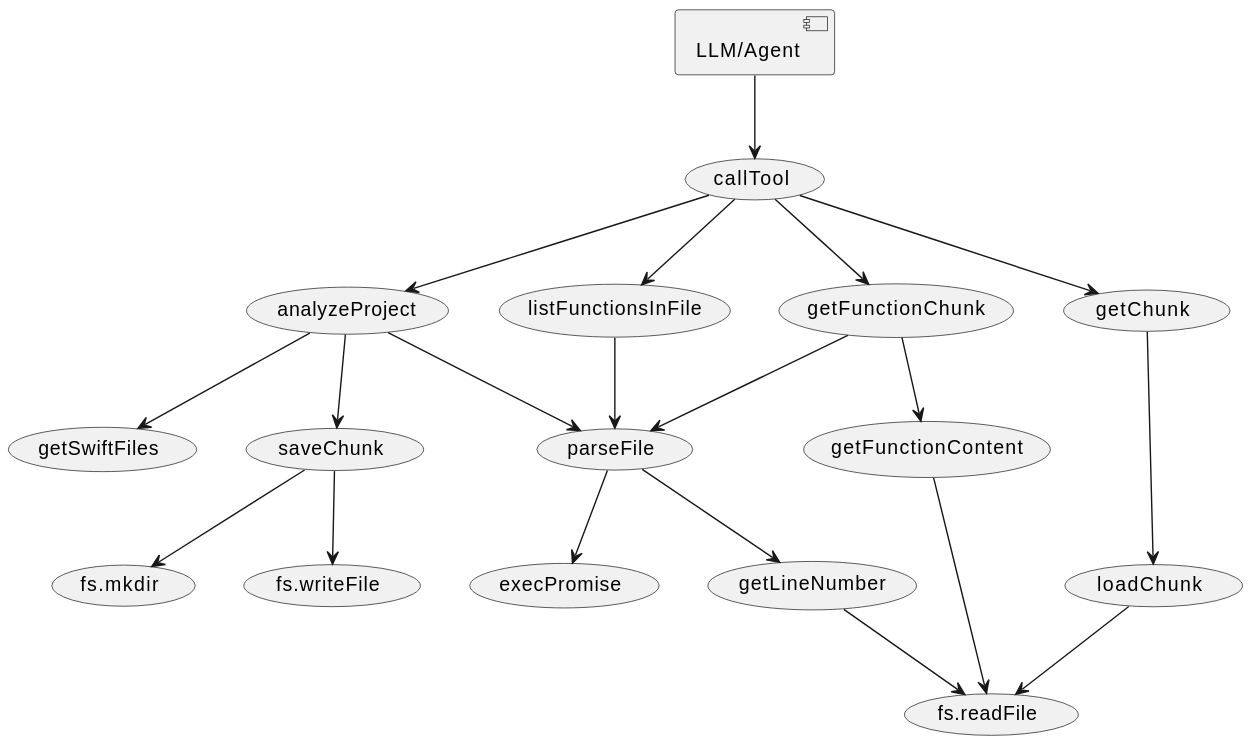
aoitan/project-analyzer-mcp keeps this PlantUML diagram as doc/diagrams/call_graph_diagram.svg. Above is the earlier version.
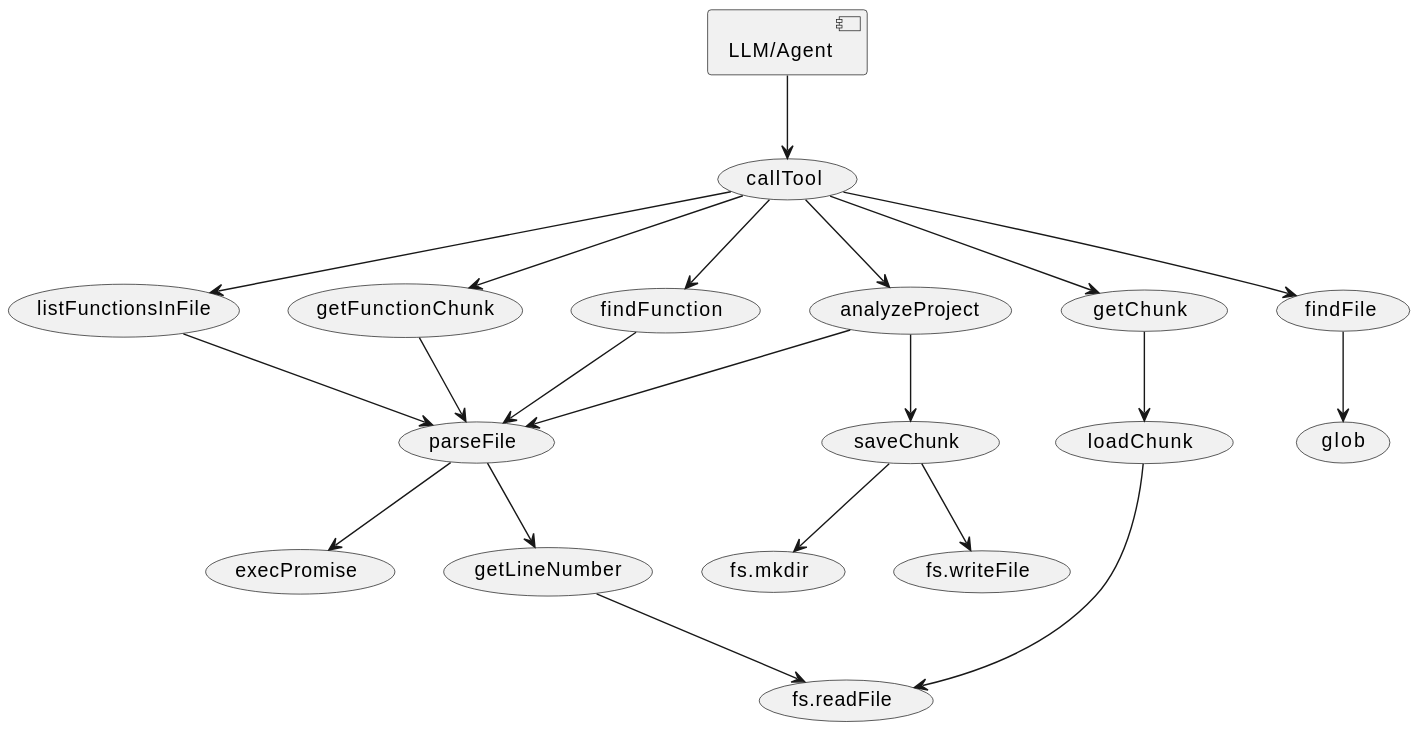
After the change.

The edit, as a diff of the source:
```diff
@@ -5,10 +5,10 @@
 (callTool) --> (getChunk)
 (callTool) --> (listFunctionsInFile)
 (callTool) --> (getFunctionChunk)
+(callTool) --> (findFile)
+(callTool) --> (findFunction)
 
-(analyzeProject) --> (getSwiftFiles)
 (analyzeProject) --> (parseFile)
-
 (analyzeProject) --> (saveChunk)
 
 (getChunk) --> (loadChunk)
@@ -16,16 +16,16 @@
 (listFunctionsInFile) --> (parseFile)
 
 (getFunctionChunk) --> (parseFile)
-(getFunctionChunk) --> (getFunctionContent)
+
+(findFile) --> (glob)
+
+(findFunction) --> (parseFile)
 
 (parseFile) --> (execPromise)
 (parseFile) --> (getLineNumber)
 
 (getLineNumber) --> (fs.readFile)
 
-(getFunctionContent) --> (fs.readFile)
-
-
 (saveChunk) --> (fs.mkdir)
 (saveChunk) --> (fs.writeFile)
 
```
